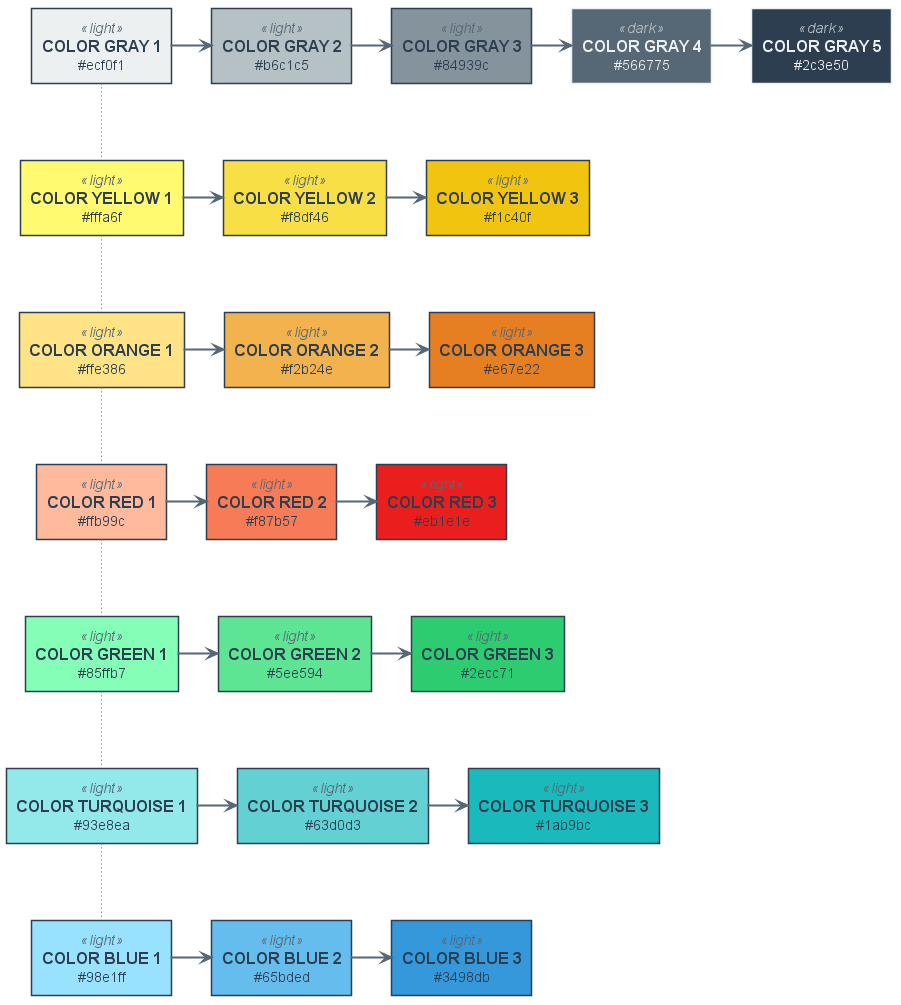
N0N4M3pl/plantuml-C4 keeps this PlantUML diagram as example/diagrams/doc.component.png. Above is the earlier version.
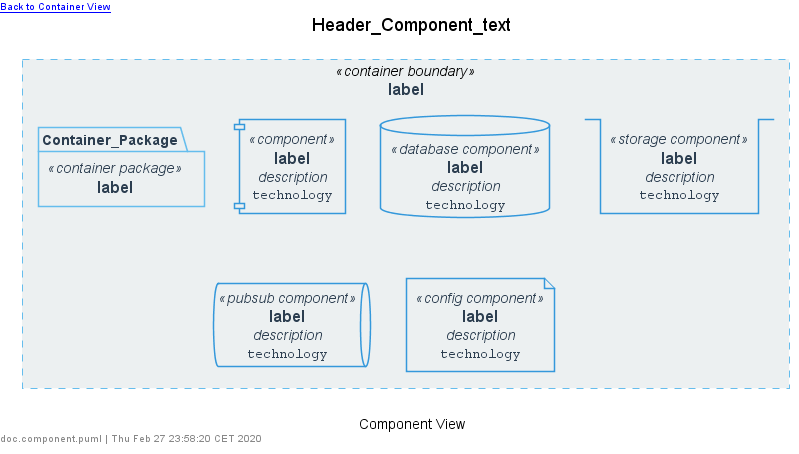
Above is the later version.

The edit, as a diff of the source:
```diff
@@ -1,4 +1,26 @@
 @startuml doc.component
+
+
+
+
+
+skinparam defaultTextAlignment center
+skinparam wrapWidth 200
+skinparam maxMessageSize 150
+
+
+
+
+
+
+
+
+
+
+
+
+
+
 
 
 
@@ -49,82 +71,96 @@
 
 
 
-skinparam rectangle<<light>> {
-    StereotypeFontColor #566775
+
+
+
+
+skinparam rectangle<<container boundary>> {
+    StereotypeFontColor #2c3e50
     FontColor #2c3e50
-    BorderColor #2c3e50
+    BackgroundColor #ecf0f1
+    BorderColor #65bded
+    BorderStyle dashed
+    BorderThickness 1
     Shadowing false
 }
 
-skinparam rectangle<<dark>> {
-    StereotypeFontColor #b6c1c5
-    FontColor #ecf0f1
-    BorderColor #ecf0f1
+skinparam package<<container package>> {
+    StereotypeFontColor #2c3e50
+    FontColor #2c3e50
+    BackgroundColor #ecf0f1
+    BorderColor #65bded
     Shadowing false
 }
+
+skinparam component<<component>> {
+    StereotypeFontColor #2c3e50
+    FontColor #2c3e50
+    BackgroundColor #ecf0f1
+    BorderColor #3498db
+    Shadowing false
+}
+
+skinparam queue<<pubsub component>> {
+    StereotypeFontColor #2c3e50
+    FontColor #2c3e50
+    BackgroundColor #ecf0f1
+    BorderColor #3498db
+    Shadowing false
+}
+
+skinparam database<<database component>> {
+    StereotypeFontColor #2c3e50
+    FontColor #2c3e50
+    BackgroundColor #ecf0f1
+    BorderColor #3498db
+    Shadowing false
+}
+
+skinparam stack<<storage component>> {
+    StereotypeFontColor #2c3e50
+    FontColor #2c3e50
+    BackgroundColor #ecf0f1
+    BorderColor #3498db
+    Shadowing false
+}
+
+skinparam file<<config component>> {
+    StereotypeFontColor #2c3e50
+    FontColor #2c3e50
+    BackgroundColor #ecf0f1
+    BorderColor #3498db
+    Shadowing false
+}
+
+
+
+left header [[Header_Component_link Back to Container View]]
+title Header_Component_text
 
 top to bottom direction
 
 
-rectangle "==COLOR GRAY 1\n#ecf0f1" <<light>> as ALIAS_COLOR_GRAY_1 #ecf0f1
-rectangle "==COLOR GRAY 2\n#b6c1c5" <<light>> as ALIAS_COLOR_GRAY_2 #b6c1c5
-rectangle "==COLOR GRAY 3\n#84939c" <<light>> as ALIAS_COLOR_GRAY_3 #84939c
-rectangle "==COLOR GRAY 4\n#566775" <<dark>> as ALIAS_COLOR_GRAY_4 #566775
-rectangle "==COLOR GRAY 5\n#2c3e50" <<dark>> as ALIAS_COLOR_GRAY_5 #2c3e50
+rectangle "==label" <<container boundary>> as Container_Boundary {
 
-rectangle "==COLOR YELLOW 1\n#fffa6f" <<light>> as ALIAS_COLOR_YELLOW_1 #fffa6f
-rectangle "==COLOR YELLOW 2\n#f8df46" <<light>> as ALIAS_COLOR_YELLOW_2 #f8df46
-rectangle "==COLOR YELLOW 3\n#f1c40f" <<light>> as ALIAS_COLOR_YELLOW_3 #f1c40f
+    package "==label" <<container package>> as Container_Package {
 
-rectangle "==COLOR ORANGE 1\n#ffe386" <<light>> as ALIAS_COLOR_ORANGE_1 #ffe386
-rectangle "==COLOR ORANGE 2\n#f2b24e" <<light>> as ALIAS_COLOR_ORANGE_2 #f2b24e
-rectangle "==COLOR ORANGE 3\n#e67e22" <<light>> as ALIAS_COLOR_ORANGE_3 #e67e22
+    }
 
-rectangle "==COLOR RED 1\n#ffb99c" <<light>> as ALIAS_COLOR_RED_1 #ffb99c
-rectangle "==COLOR RED 2\n#f87b57" <<light>> as ALIAS_COLOR_RED_2 #f87b57
-rectangle "==COLOR RED 3\n#eb1e1e" <<light>> as ALIAS_COLOR_RED_3 #eb1e1e
+    component "==label\n //description//\n ""technology"" " <<component>> as Component_alias [[link]]
 
-rectangle "==COLOR GREEN 1\n#85ffb7" <<light>> as ALIAS_COLOR_GREEN_1 #85ffb7
-rectangle "==COLOR GREEN 2\n#5ee594" <<light>> as ALIAS_COLOR_GREEN_2 #5ee594
-rectangle "==COLOR GREEN 3\n#2ecc71" <<light>> as ALIAS_COLOR_GREEN_3 #2ecc71
+    database "==label\n //description//\n ""technology"" " <<database component>> as Component_Database_alias [[link]]
 
-rectangle "==COLOR TURQUOISE 1\n#93e8ea" <<light>> as ALIAS_COLOR_TURQUOISE_1 #93e8ea
-rectangle "==COLOR TURQUOISE 2\n#63d0d3" <<light>> as ALIAS_COLOR_TURQUOISE_2 #63d0d3
-rectangle "==COLOR TURQUOISE 3\n#1ab9bc" <<light>> as ALIAS_COLOR_TURQUOISE_3 #1ab9bc
+    stack "==label\n //description//\n ""technology"" " <<storage component>> as Component_Storage_alias [[link]]
 
-rectangle "==COLOR BLUE 1\n#98e1ff" <<light>> as ALIAS_COLOR_BLUE_1 #98e1ff
-rectangle "==COLOR BLUE 2\n#65bded" <<light>> as ALIAS_COLOR_BLUE_2 #65bded
-rectangle "==COLOR BLUE 3\n#3498db" <<light>> as ALIAS_COLOR_BLUE_3 #3498db
+    queue "==label\n //description//\n ""technology"" " <<pubsub component>> as Component_PubSub_alias [[link]]
+
+    file "==label\n //description//\n ""technology"" " <<config component>> as Component_Config_alias [[link]]
+
+}
 
 
-ALIAS_COLOR_GRAY_1 =RIGHT=> ALIAS_COLOR_GRAY_2 : ""
-ALIAS_COLOR_GRAY_2 =RIGHT=> ALIAS_COLOR_GRAY_3 : ""
-ALIAS_COLOR_GRAY_3 =RIGHT=> ALIAS_COLOR_GRAY_4 : ""
-ALIAS_COLOR_GRAY_4 =RIGHT=> ALIAS_COLOR_GRAY_5 : ""
-
-ALIAS_COLOR_YELLOW_1 ~UP~ ALIAS_COLOR_GRAY_1 : ""
-ALIAS_COLOR_YELLOW_1 =RIGHT=> ALIAS_COLOR_YELLOW_2 : ""
-ALIAS_COLOR_YELLOW_2 =RIGHT=> ALIAS_COLOR_YELLOW_3 : ""
-
-ALIAS_COLOR_ORANGE_1 ~UP~ ALIAS_COLOR_YELLOW_1 : ""
-ALIAS_COLOR_ORANGE_1 =RIGHT=> ALIAS_COLOR_ORANGE_2 : ""
-ALIAS_COLOR_ORANGE_2 =RIGHT=> ALIAS_COLOR_ORANGE_3 : ""
-
-ALIAS_COLOR_RED_1 ~UP~ ALIAS_COLOR_ORANGE_1 : ""
-ALIAS_COLOR_RED_1 =RIGHT=> ALIAS_COLOR_RED_2 : ""
-ALIAS_COLOR_RED_2 =RIGHT=> ALIAS_COLOR_RED_3 : ""
-
-ALIAS_COLOR_GREEN_1 ~UP~ ALIAS_COLOR_RED_1 : ""
-ALIAS_COLOR_GREEN_1 =RIGHT=> ALIAS_COLOR_GREEN_2 : ""
-ALIAS_COLOR_GREEN_2 =RIGHT=> ALIAS_COLOR_GREEN_3 : ""
-
-ALIAS_COLOR_TURQUOISE_1 ~UP~ ALIAS_COLOR_GREEN_1 : ""
-ALIAS_COLOR_TURQUOISE_1 =RIGHT=> ALIAS_COLOR_TURQUOISE_2 : ""
-ALIAS_COLOR_TURQUOISE_2 =RIGHT=> ALIAS_COLOR_TURQUOISE_3 : ""
-
-ALIAS_COLOR_BLUE_1 ~UP~ ALIAS_COLOR_TURQUOISE_1 : ""
-ALIAS_COLOR_BLUE_1 =RIGHT=> ALIAS_COLOR_BLUE_2 : ""
-ALIAS_COLOR_BLUE_2 =RIGHT=> ALIAS_COLOR_BLUE_3 : ""
-
+caption Component View
+left footer doc.component.puml | Thu Feb 27 23:58:20 CET 2020
 
 @enduml
```
